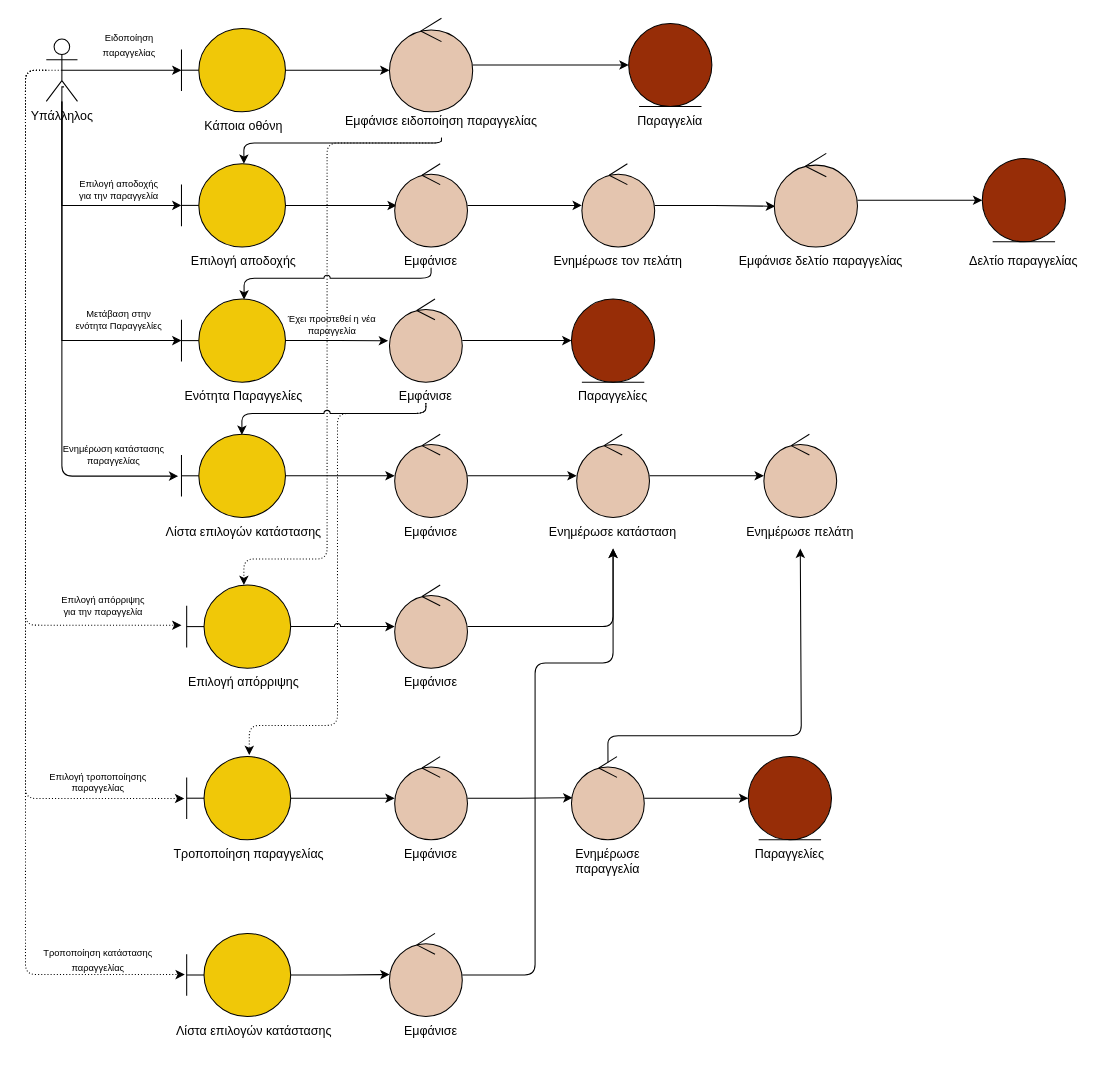
Before: docs/contributions/Kout-ou/Phase 3/Shop Robustness Diagrams/Robustness drawio files/usecase2.drawio in iloudaros/nomnomr, a draw.io diagram. Source tidied: cells renumbered, new cells numbered last; positions are measured from the earlier drawing's top-left corner, leaving out a move shared by most shapes. Both pictures are drawn from the tidied source at 104%, with x=0, y=0 at pixel (25, 18).
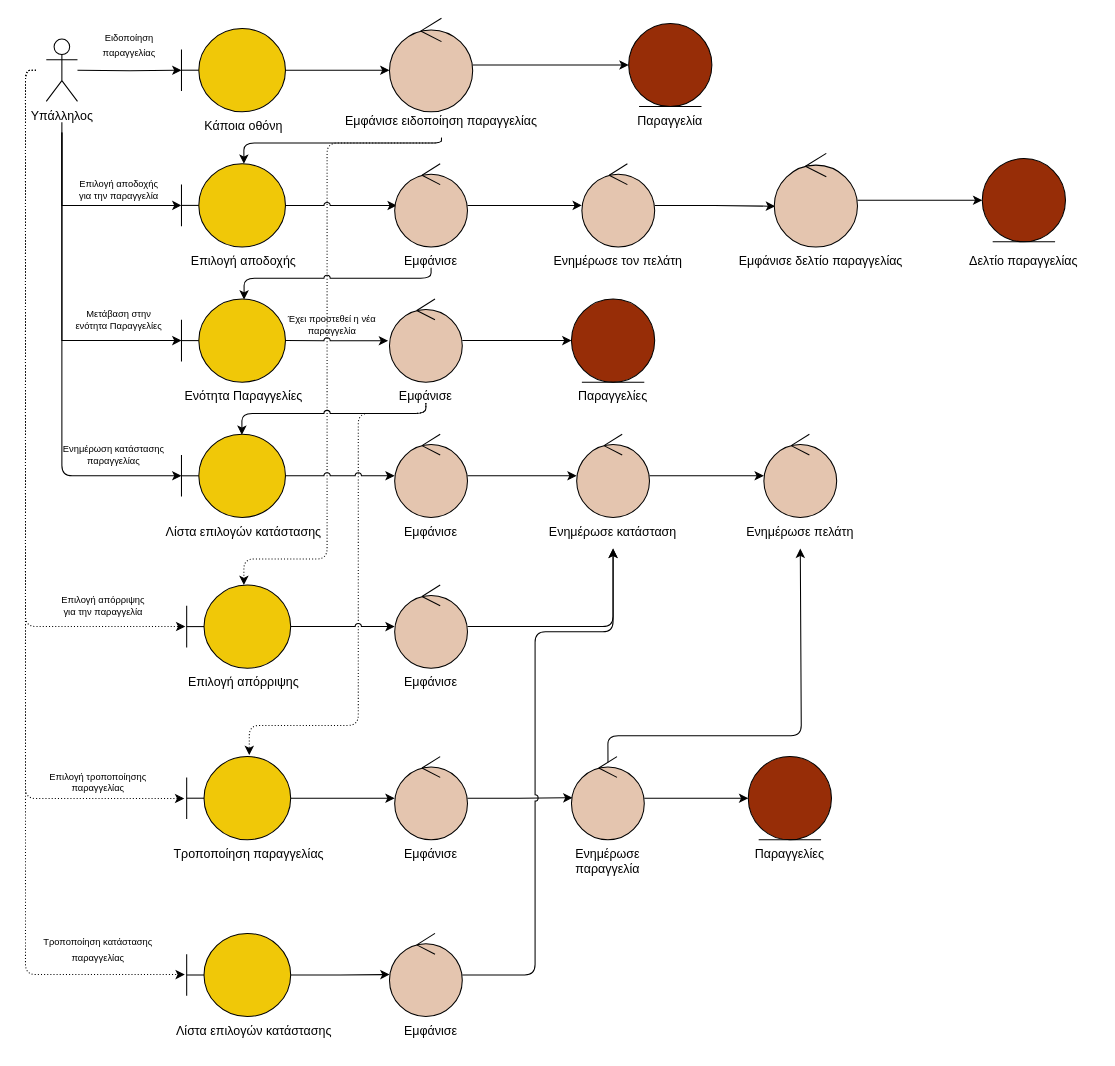
The same diagram, later.

Unchanged cells that the change refers to:
```xml
<mxCell id="9" value="Υπάλληλος" style="shape=umlActor;verticalLabelPosition=bottom;verticalAlign=top;html=1;" parent="1" vertex="1">
  <mxGeometry x="20" y="20" width="30" height="60" as="geometry" />
</mxCell>
<mxCell id="11" style="shape=umlBoundary;whiteSpace=wrap;html=1;fillColor=#F0C808;" parent="1" vertex="1">
  <mxGeometry x="150" y="10" width="100" height="80" as="geometry" />
</mxCell>
<mxCell id="18" style="shape=umlBoundary;whiteSpace=wrap;html=1;fillColor=#F0C808;" parent="1" vertex="1">
  <mxGeometry x="150" y="140" width="100" height="80" as="geometry" />
</mxCell>
<mxCell id="21" style="ellipse;shape=umlControl;whiteSpace=wrap;html=1;fillColor=#E4C5AF;" parent="1" vertex="1">
  <mxGeometry x="355" y="140" width="70" height="80" as="geometry" />
</mxCell>
<mxCell id="28" style="shape=umlBoundary;whiteSpace=wrap;html=1;fillColor=#F0C808;" parent="1" vertex="1">
  <mxGeometry x="150" y="270" width="100" height="80" as="geometry" />
</mxCell>
<mxCell id="32" style="ellipse;shape=umlControl;whiteSpace=wrap;html=1;fillColor=#E4C5AF;" parent="1" vertex="1">
  <mxGeometry x="350" y="270" width="70" height="80" as="geometry" />
</mxCell>
<mxCell id="35" style="shape=umlBoundary;whiteSpace=wrap;html=1;fillColor=#F0C808;" parent="1" vertex="1">
  <mxGeometry x="150" y="400" width="100" height="80" as="geometry" />
</mxCell>
<mxCell id="37" style="ellipse;shape=umlControl;whiteSpace=wrap;html=1;fillColor=#E4C5AF;" parent="1" vertex="1">
  <mxGeometry x="355" y="400" width="70" height="80" as="geometry" />
</mxCell>
<mxCell id="42" style="shape=umlBoundary;whiteSpace=wrap;html=1;fillColor=#F0C808;strokeColor=#000000;" parent="1" vertex="1">
  <mxGeometry x="155" y="545" width="100" height="80" as="geometry" />
</mxCell>
<mxCell id="46" style="shape=umlBoundary;whiteSpace=wrap;html=1;fillColor=#F0C808;strokeColor=#000000;" parent="1" vertex="1">
  <mxGeometry x="155" y="710" width="100" height="80" as="geometry" />
</mxCell>
<mxCell id="61" style="shape=umlBoundary;whiteSpace=wrap;html=1;fontSize=9;fillColor=#F0C808;strokeColor=#000000;" parent="1" vertex="1">
  <mxGeometry x="155" y="880" width="100" height="80" as="geometry" />
</mxCell>
<mxCell id="63" style="ellipse;shape=umlControl;whiteSpace=wrap;html=1;fillColor=#E4C5AF;strokeColor=#000000;" parent="1" vertex="1">
  <mxGeometry x="350" y="880" width="70" height="80" as="geometry" />
</mxCell>
<mxCell id="74" value="&lt;span style=&quot;color: rgb(0, 0, 0); font-family: helvetica; font-size: 12px; font-style: normal; font-weight: 400; letter-spacing: normal; text-indent: 0px; text-transform: none; word-spacing: 0px; display: inline; float: none;&quot;&gt;Εμφάνισε&lt;/span&gt;" style="text;whiteSpace=wrap;html=1;align=center;labelBackgroundColor=none;" parent="1" vertex="1">
  <mxGeometry x="345" y="350" width="80" height="20" as="geometry" />
</mxCell>
<mxCell id="78" value="&lt;span style=&quot;color: rgb(0, 0, 0); font-family: helvetica; font-size: 12px; font-style: normal; font-weight: 400; letter-spacing: normal; text-indent: 0px; text-transform: none; word-spacing: 0px; display: inline; float: none;&quot;&gt;Ενημέρωσε κατάσταση&lt;/span&gt;" style="text;whiteSpace=wrap;html=1;align=center;labelBackgroundColor=none;" parent="1" vertex="1">
  <mxGeometry x="485" y="480" width="160" height="30" as="geometry" />
</mxCell>
```

Change to the diagram source:
```diff
@@
-    <mxCell id="2" style="edgeStyle=orthogonalEdgeStyle;rounded=0;jettySize=auto;html=1;entryX=0;entryY=0.5;entryDx=0;entryDy=0;entryPerimeter=0;exitX=0.5;exitY=0.5;exitDx=0;exitDy=0;exitPerimeter=0;" parent="1" edge="1" source="9" target="11">
-      <mxGeometry relative="1" as="geometry" />
+    <mxCell id="2" style="edgeStyle=orthogonalEdgeStyle;rounded=0;jettySize=auto;html=1;entryX=0;entryY=0.5;entryDx=0;entryDy=0;entryPerimeter=0;" parent="1" edge="1" target="11">
+      <mxGeometry relative="1" as="geometry">
+        <mxPoint x="50" y="50" as="sourcePoint" />
+      </mxGeometry>
     </mxCell>
-    <mxCell id="3" style="edgeStyle=orthogonalEdgeStyle;rounded=0;jettySize=auto;html=1;entryX=0;entryY=0.5;entryDx=0;entryDy=0;entryPerimeter=0;exitX=0.567;exitY=0.767;exitDx=0;exitDy=0;exitPerimeter=0;" parent="1" edge="1" source="9" target="18">
+    <mxCell id="3" style="edgeStyle=orthogonalEdgeStyle;rounded=0;jettySize=auto;html=1;entryX=0;entryY=0.5;entryDx=0;entryDy=0;entryPerimeter=0;" parent="1" edge="1" target="18">
       <mxGeometry relative="1" as="geometry">
+        <mxPoint x="35" y="100" as="sourcePoint" />
         <Array as="points">
-          <mxPoint x="35" y="66" />
           <mxPoint x="35" y="180" />
         </Array>
       </mxGeometry>
     </mxCell>
-    <mxCell id="4" style="edgeStyle=orthogonalEdgeStyle;rounded=0;jettySize=auto;html=1;entryX=0;entryY=0.5;entryDx=0;entryDy=0;entryPerimeter=0;" parent="1" edge="1" source="9" target="28">
+    <mxCell id="4" style="edgeStyle=orthogonalEdgeStyle;rounded=0;jettySize=auto;html=1;entryX=0;entryY=0.5;entryDx=0;entryDy=0;entryPerimeter=0;" parent="1" edge="1" target="28">
       <mxGeometry relative="1" as="geometry">
+        <mxPoint x="35" y="110" as="sourcePoint" />
         <Array as="points">
           <mxPoint x="35" y="310" />
         </Array>
       </mxGeometry>
     </mxCell>
-    <mxCell id="5" style="edgeStyle=orthogonalEdgeStyle;rounded=1;jettySize=auto;html=1;entryX=-0.031;entryY=0.504;entryDx=0;entryDy=0;entryPerimeter=0;" parent="1" edge="1" source="9" target="35">
+    <mxCell id="5" style="edgeStyle=orthogonalEdgeStyle;rounded=1;orthogonalLoop=1;jettySize=auto;html=1;" parent="1" edge="1">
       <mxGeometry relative="1" as="geometry">
+        <mxPoint x="35" y="110" as="sourcePoint" />
+        <mxPoint x="150" y="440" as="targetPoint" />
         <Array as="points">
           <mxPoint x="35" y="440" />
         </Array>
       </mxGeometry>
     </mxCell>
-    <mxCell id="6" style="edgeStyle=orthogonalEdgeStyle;rounded=1;jettySize=auto;html=1;entryX=-0.05;entryY=0.483;entryDx=0;entryDy=0;entryPerimeter=0;fillColor=#ffe6cc;strokeColor=#000000;exitX=0.5;exitY=0.5;exitDx=0;exitDy=0;exitPerimeter=0;dashed=1;dashPattern=1 2;" parent="1" edge="1" source="9" target="42">
+    <mxCell id="6" style="edgeStyle=orthogonalEdgeStyle;rounded=1;jettySize=auto;html=1;entryX=-0.013;entryY=0.499;entryDx=0;entryDy=0;entryPerimeter=0;fillColor=#ffe6cc;strokeColor=#000000;dashed=1;dashPattern=1 2;" parent="1" edge="1" target="42">
       <mxGeometry relative="1" as="geometry">
+        <mxPoint x="10" y="50" as="sourcePoint" />
         <Array as="points">
           <mxPoint y="50" />
-          <mxPoint y="584" />
+          <mxPoint y="585" />
         </Array>
       </mxGeometry>
     </mxCell>
-    <mxCell id="7" style="edgeStyle=orthogonalEdgeStyle;rounded=1;jettySize=auto;html=1;entryX=-0.023;entryY=0.504;entryDx=0;entryDy=0;entryPerimeter=0;fillColor=#ffe6cc;strokeColor=#000000;dashed=1;dashPattern=1 2;" parent="1" edge="1" source="9" target="46">
+    <mxCell id="7" style="edgeStyle=orthogonalEdgeStyle;rounded=1;jettySize=auto;html=1;entryX=-0.023;entryY=0.504;entryDx=0;entryDy=0;entryPerimeter=0;fillColor=#ffe6cc;strokeColor=#000000;dashed=1;dashPattern=1 2;" parent="1" edge="1" target="46">
       <mxGeometry relative="1" as="geometry">
+        <mxPoint x="10" y="50" as="sourcePoint" />
         <Array as="points">
           <mxPoint y="50" />
           <mxPoint y="750" />
         </Array>
       </mxGeometry>
     </mxCell>
-    <mxCell id="8" style="edgeStyle=orthogonalEdgeStyle;rounded=1;jettySize=auto;html=1;entryX=-0.018;entryY=0.495;entryDx=0;entryDy=0;entryPerimeter=0;fontSize=12;fillColor=#ffe6cc;strokeColor=#000000;dashed=1;dashPattern=1 2;" parent="1" edge="1" source="9" target="61">
+    <mxCell id="8" style="edgeStyle=orthogonalEdgeStyle;rounded=1;jettySize=auto;html=1;entryX=-0.018;entryY=0.495;entryDx=0;entryDy=0;entryPerimeter=0;fontSize=12;fillColor=#ffe6cc;strokeColor=#000000;dashed=1;dashPattern=1 2;" parent="1" edge="1" target="61">
       <mxGeometry relative="1" as="geometry">
+        <mxPoint x="10" y="50" as="sourcePoint" />
         <Array as="points">
           <mxPoint y="50" />
           <mxPoint y="920" />
         </Array>
       </mxGeometry>
     </mxCell>
@@
-    <mxCell id="17" style="edgeStyle=orthogonalEdgeStyle;rounded=0;jettySize=auto;html=1;entryX=0.029;entryY=0.502;entryDx=0;entryDy=0;entryPerimeter=0;" parent="1" edge="1" source="18" target="21">
+    <mxCell id="17" style="edgeStyle=orthogonalEdgeStyle;rounded=0;jettySize=auto;html=1;entryX=0.029;entryY=0.502;entryDx=0;entryDy=0;entryPerimeter=0;jumpStyle=arc;" parent="1" edge="1" source="18" target="21">
       <mxGeometry relative="1" as="geometry" />
     </mxCell>
@@
-    <mxCell id="27" style="edgeStyle=orthogonalEdgeStyle;rounded=0;jettySize=auto;html=1;entryX=-0.019;entryY=0.503;entryDx=0;entryDy=0;entryPerimeter=0;" parent="1" edge="1" source="28" target="32">
+    <mxCell id="27" style="edgeStyle=orthogonalEdgeStyle;rounded=0;jettySize=auto;html=1;entryX=-0.019;entryY=0.503;entryDx=0;entryDy=0;entryPerimeter=0;jumpStyle=arc;" parent="1" edge="1" source="28" target="32">
       <mxGeometry relative="1" as="geometry" />
     </mxCell>
@@
     <mxCell id="31" style="edgeStyle=orthogonalEdgeStyle;rounded=1;jettySize=auto;html=1;entryX=0.602;entryY=-0.018;entryDx=0;entryDy=0;entryPerimeter=0;fillColor=#ffe6cc;strokeColor=#000000;dashed=1;dashPattern=1 2;exitX=0.5;exitY=1;exitDx=0;exitDy=0;" parent="1" edge="1" source="74" target="46">
       <mxGeometry relative="1" as="geometry">
         <Array as="points">
-          <mxPoint x="300" y="380" />
-          <mxPoint x="300" y="680" />
+          <mxPoint x="385" y="380" />
+          <mxPoint x="320" y="380" />
+          <mxPoint x="320" y="680" />
           <mxPoint x="215" y="680" />
         </Array>
       </mxGeometry>
     </mxCell>
@@
-    <mxCell id="34" style="edgeStyle=orthogonalEdgeStyle;rounded=0;jettySize=auto;html=1;" parent="1" edge="1" source="35" target="37">
+    <mxCell id="34" style="edgeStyle=orthogonalEdgeStyle;rounded=0;jettySize=auto;html=1;jumpStyle=arc;" parent="1" edge="1" source="35" target="37">
       <mxGeometry relative="1" as="geometry" />
     </mxCell>
@@
-    <mxCell id="62" style="edgeStyle=orthogonalEdgeStyle;rounded=1;jettySize=auto;html=1;entryX=0.5;entryY=1;entryDx=0;entryDy=0;fontSize=12;fillColor=#ffe6cc;strokeColor=#000000;" parent="1" edge="1" source="63" target="78">
+    <mxCell id="62" style="edgeStyle=orthogonalEdgeStyle;rounded=1;jettySize=auto;html=1;entryX=0.5;entryY=1;entryDx=0;entryDy=0;fontSize=12;fillColor=#ffe6cc;strokeColor=#000000;jumpStyle=arc;" parent="1" edge="1" source="63" target="78">
       <mxGeometry relative="1" as="geometry">
         <Array as="points">
           <mxPoint x="490" y="920" />
-          <mxPoint x="490" y="620" />
-          <mxPoint x="565" y="620" />
+          <mxPoint x="490" y="590" />
+          <mxPoint x="565" y="590" />
         </Array>
       </mxGeometry>
     </mxCell>
@@
     <mxCell id="64" value="&lt;font style=&quot;font-size: 9px&quot;&gt;Τροποποίηση κατάστασης παραγγελίας&lt;/font&gt;" style="text;html=1;strokeColor=none;fillColor=none;align=center;verticalAlign=middle;whiteSpace=wrap;rounded=0;fontSize=12;" parent="1" vertex="1">
-      <mxGeometry x="15" y="890" width="110" height="30" as="geometry" />
+      <mxGeometry x="15" y="880" width="110" height="30" as="geometry" />
     </mxCell>
```
